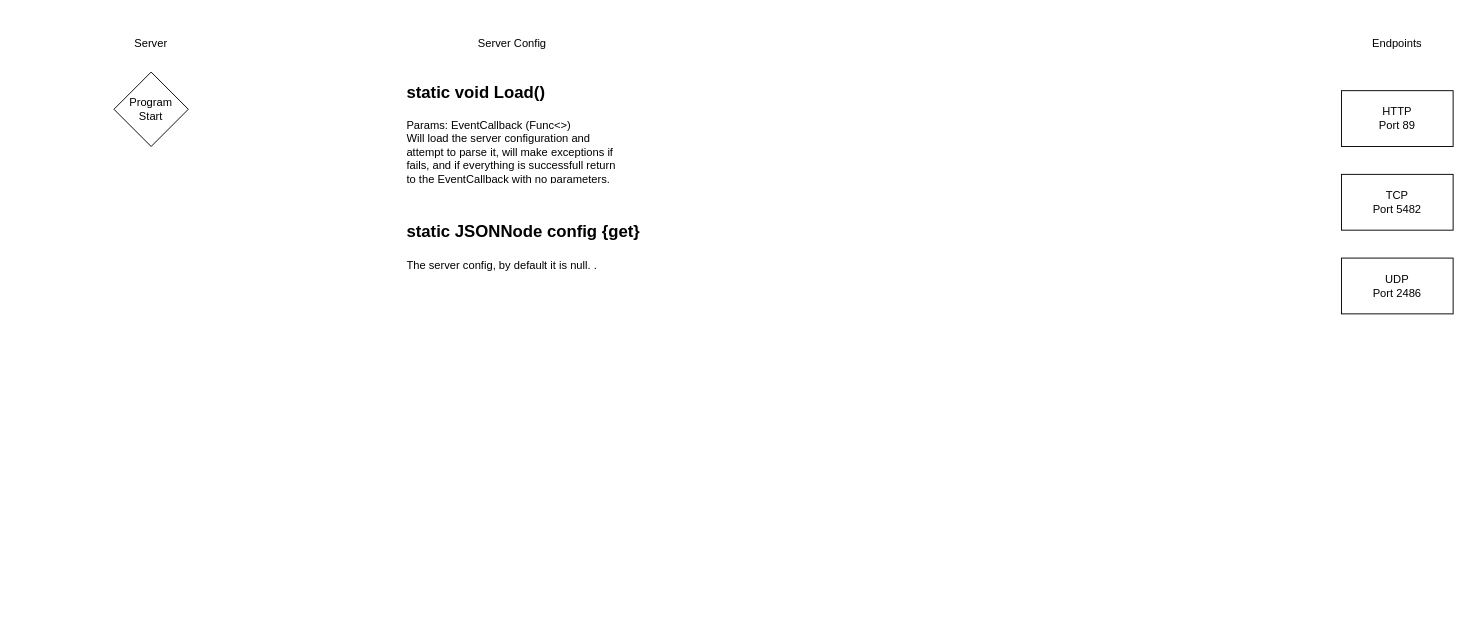
Earlier version of the draw.io diagram Untitled Diagram.drawio (KeyFireStudios/tbotf). Source tidied: cells renumbered, new cells numbered last; positions are measured from the earlier drawing's top-left corner, leaving out a move shared by most shapes. Both pictures are drawn from the tidied source at 93%, with x=0, y=0 at pixel (16, 16).
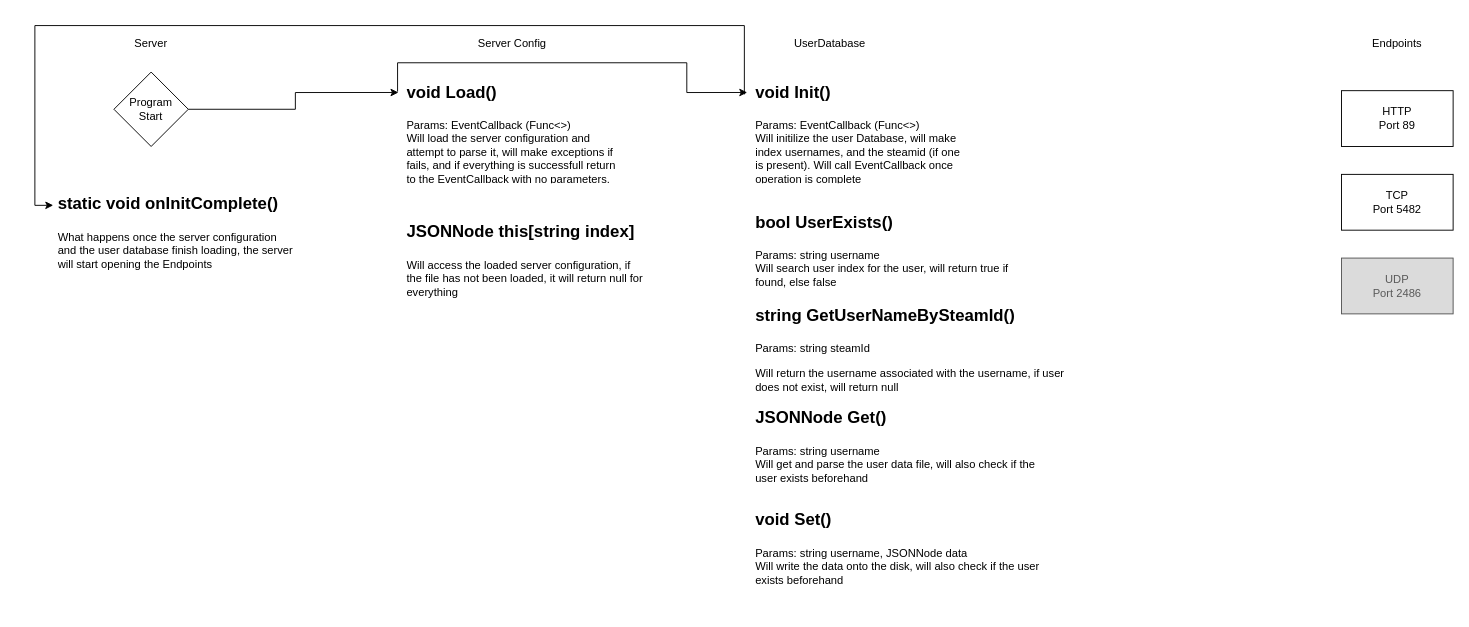
Above is the later version.

Unchanged cells that the change refers to:
```xml
<mxCell id="7" value="Program&lt;br&gt;Start" style="rhombus;whiteSpace=wrap;html=1;" parent="1" vertex="1">
  <mxGeometry x="105" y="60" width="80" height="80" as="geometry" />
</mxCell>
```

Change to the diagram source:
```diff
@@
-    <mxCell id="6" value="UDP&lt;br&gt;Port 2486" style="rounded=0;whiteSpace=wrap;html=1;" parent="1" vertex="1">
+    <mxCell id="6" value="UDP&lt;br&gt;Port 2486" style="rounded=0;whiteSpace=wrap;html=1;fillColor=#DBDBDB;strokeColor=#545454;fontColor=#595959;" parent="1" vertex="1">
       <mxGeometry x="1425" y="260" width="120" height="60" as="geometry" />
     </mxCell>
+    <mxCell id="11" style="edgeStyle=orthogonalEdgeStyle;rounded=0;jettySize=auto;html=1;entryX=-0.018;entryY=0.183;entryDx=0;entryDy=0;entryPerimeter=0;" parent="1" edge="1" source="7" target="9">
+      <mxGeometry relative="1" as="geometry" />
+    </mxCell>
@@
+    <mxCell id="12" style="edgeStyle=orthogonalEdgeStyle;rounded=0;jettySize=auto;html=1;exitX=-0.022;exitY=0.175;exitDx=0;exitDy=0;entryX=-0.017;entryY=0.183;entryDx=0;entryDy=0;entryPerimeter=0;exitPerimeter=0;" parent="1" edge="1" source="9" target="15">
+      <mxGeometry relative="1" as="geometry">
+        <Array as="points">
+          <mxPoint x="410" y="50" />
+          <mxPoint x="721" y="50" />
+          <mxPoint x="721" y="82" />
+        </Array>
+      </mxGeometry>
+    </mxCell>
-    <mxCell id="9" value="&lt;h1&gt;&lt;font style=&quot;font-size: 18px&quot;&gt;static void Load()&lt;/font&gt;&lt;/h1&gt;&lt;p&gt;Params: EventCallback (Func&amp;lt;&amp;gt;)&lt;br&gt;Will load the server configuration and attempt to parse it, will make exceptions if fails, and if everything is successfull return to the EventCallback with no parameters.&lt;/p&gt;" style="text;html=1;strokeColor=none;fillColor=none;spacing=5;spacingTop=-20;whiteSpace=wrap;overflow=hidden;rounded=0;" parent="1" vertex="1">
+    <mxCell id="9" value="&lt;h1&gt;&lt;font style=&quot;font-size: 18px&quot;&gt;void Load()&lt;/font&gt;&lt;/h1&gt;&lt;p&gt;Params: EventCallback (Func&amp;lt;&amp;gt;)&lt;br&gt;Will load the server configuration and attempt to parse it, will make exceptions if fails, and if everything is successfull return to the EventCallback with no parameters.&lt;/p&gt;" style="text;html=1;strokeColor=none;fillColor=none;spacing=5;spacingTop=-20;whiteSpace=wrap;overflow=hidden;rounded=0;" parent="1" vertex="1">
       <mxGeometry x="415.2" y="60" width="236.5" height="120" as="geometry" />
     </mxCell>
-    <mxCell id="10" value="&lt;h1&gt;&lt;font style=&quot;font-size: 18px&quot;&gt;static JSONNode config {get}&lt;/font&gt;&lt;/h1&gt;&lt;p&gt;The server config, by default it is null. .&lt;/p&gt;" style="text;html=1;strokeColor=none;fillColor=none;spacing=5;spacingTop=-20;whiteSpace=wrap;overflow=hidden;rounded=0;" parent="1" vertex="1">
+    <mxCell id="10" value="&lt;h1&gt;&lt;font style=&quot;font-size: 18px&quot;&gt;JSONNode this[string index]&lt;/font&gt;&lt;/h1&gt;&lt;p&gt;Will access the loaded server configuration, if the file has not been loaded, it will return null for everything&lt;/p&gt;" style="text;html=1;strokeColor=none;fillColor=none;spacing=5;spacingTop=-20;whiteSpace=wrap;overflow=hidden;rounded=0;" parent="1" vertex="1">
       <mxGeometry x="415.2" y="210" width="264.8" height="120" as="geometry" />
     </mxCell>
+    <mxCell id="13" value="UserDatabase" style="text;html=1;strokeColor=none;fillColor=none;align=center;verticalAlign=middle;whiteSpace=wrap;rounded=0;" parent="1" vertex="1">
+      <mxGeometry x="810" y="20" width="130" height="20" as="geometry" />
+    </mxCell>
+    <mxCell id="14" style="edgeStyle=orthogonalEdgeStyle;rounded=0;jettySize=auto;html=1;entryX=-0.001;entryY=0.194;entryDx=0;entryDy=0;fontColor=#595959;exitX=-0.03;exitY=0.2;exitDx=0;exitDy=0;exitPerimeter=0;entryPerimeter=0;" parent="1" edge="1" source="15" target="19">
+      <mxGeometry relative="1" as="geometry">
+        <Array as="points">
+          <mxPoint x="783" y="10" />
+          <mxPoint x="20" y="10" />
+          <mxPoint x="20" y="203" />
+          <mxPoint x="40" y="203" />
+        </Array>
+      </mxGeometry>
+    </mxCell>
+    <mxCell id="15" value="&lt;h1&gt;&lt;font style=&quot;font-size: 18px&quot;&gt;void Init()&lt;/font&gt;&lt;/h1&gt;&lt;p&gt;Params: EventCallback (Func&amp;lt;&amp;gt;)&lt;br&gt;Will initilize the user Database, will make index usernames, and the steamid (if one is present). Will call EventCallback once operation is complete&lt;/p&gt;" style="text;html=1;strokeColor=none;fillColor=none;spacing=5;spacingTop=-20;whiteSpace=wrap;overflow=hidden;rounded=0;" parent="1" vertex="1">
+      <mxGeometry x="790" y="60" width="236.5" height="120" as="geometry" />
+    </mxCell>
+    <mxCell id="16" value="&lt;h1&gt;&lt;font style=&quot;font-size: 18px&quot;&gt;JSONNode Get()&lt;/font&gt;&lt;/h1&gt;&lt;p&gt;Params: string username&lt;br&gt;Will get and parse the user data file, will also check if the user exists beforehand&lt;/p&gt;" style="text;html=1;strokeColor=none;fillColor=none;spacing=5;spacingTop=-20;whiteSpace=wrap;overflow=hidden;rounded=0;" parent="1" vertex="1">
+      <mxGeometry x="790" y="410" width="330" height="120" as="geometry" />
+    </mxCell>
+    <mxCell id="17" value="&lt;h1&gt;&lt;font style=&quot;font-size: 18px&quot;&gt;bool UserExists()&lt;/font&gt;&lt;/h1&gt;&lt;p&gt;Params: string username&lt;br&gt;Will search user index for the user, will return true if found, else false&lt;/p&gt;" style="text;html=1;strokeColor=none;fillColor=none;spacing=5;spacingTop=-20;whiteSpace=wrap;overflow=hidden;rounded=0;" parent="1" vertex="1">
+      <mxGeometry x="790" y="200" width="300" height="120" as="geometry" />
+    </mxCell>
+    <mxCell id="18" value="&lt;h1&gt;&lt;font style=&quot;font-size: 18px&quot;&gt;string GetUserNameBySteamId()&lt;/font&gt;&lt;/h1&gt;&lt;p&gt;Params: string steamId&lt;/p&gt;&lt;p&gt;Will return the username associated with the username, if user does not exist, will return null&lt;/p&gt;" style="text;html=1;strokeColor=none;fillColor=none;spacing=5;spacingTop=-20;whiteSpace=wrap;overflow=hidden;rounded=0;" parent="1" vertex="1">
+      <mxGeometry x="790" y="300" width="350" height="120" as="geometry" />
+    </mxCell>
+    <mxCell id="19" value="&lt;h1&gt;&lt;font style=&quot;font-size: 18px&quot;&gt;static void onInitComplete()&lt;/font&gt;&lt;/h1&gt;&lt;p&gt;What happens once the server configuration and the user database finish loading, the server will start opening the Endpoints&lt;/p&gt;" style="text;html=1;strokeColor=none;fillColor=none;spacing=5;spacingTop=-20;whiteSpace=wrap;overflow=hidden;rounded=0;" parent="1" vertex="1">
+      <mxGeometry x="40" y="180" width="264.8" height="120" as="geometry" />
+    </mxCell>
+    <mxCell id="20" value="&lt;h1&gt;&lt;font style=&quot;font-size: 18px&quot;&gt;void Set()&lt;/font&gt;&lt;/h1&gt;&lt;p&gt;Params: string username, JSONNode data&lt;br&gt;Will write the data onto the disk, will also check if the user exists beforehand&lt;/p&gt;" style="text;html=1;strokeColor=none;fillColor=none;spacing=5;spacingTop=-20;whiteSpace=wrap;overflow=hidden;rounded=0;" parent="1" vertex="1">
+      <mxGeometry x="790" y="520" width="330" height="120" as="geometry" />
+    </mxCell>
```
